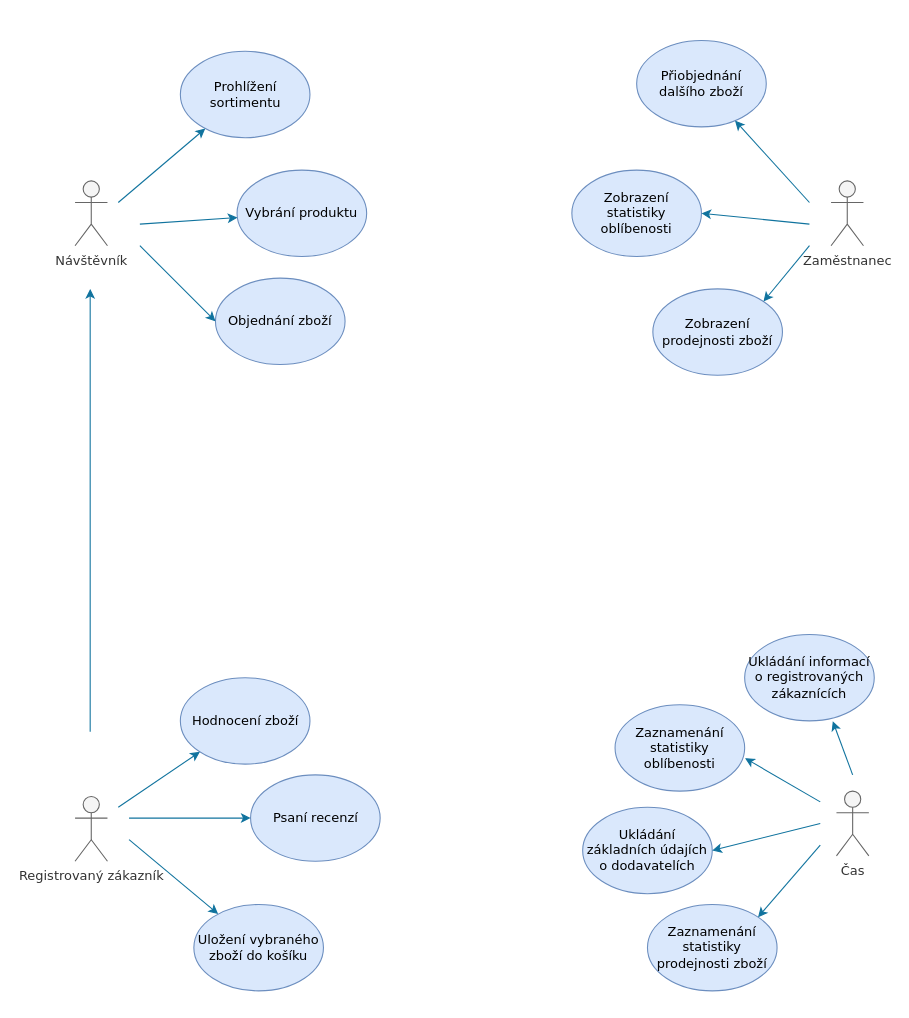
Above: usecase.drawio in taiyo-harenohi/IUS (draw.io), before the change. Source tidied: cells renumbered, new cells numbered last; positions are measured from the earlier drawing's top-left corner, leaving out a move shared by most shapes. Both pictures are drawn from the tidied source at 108%, with x=0, y=0 at pixel (75, 40).
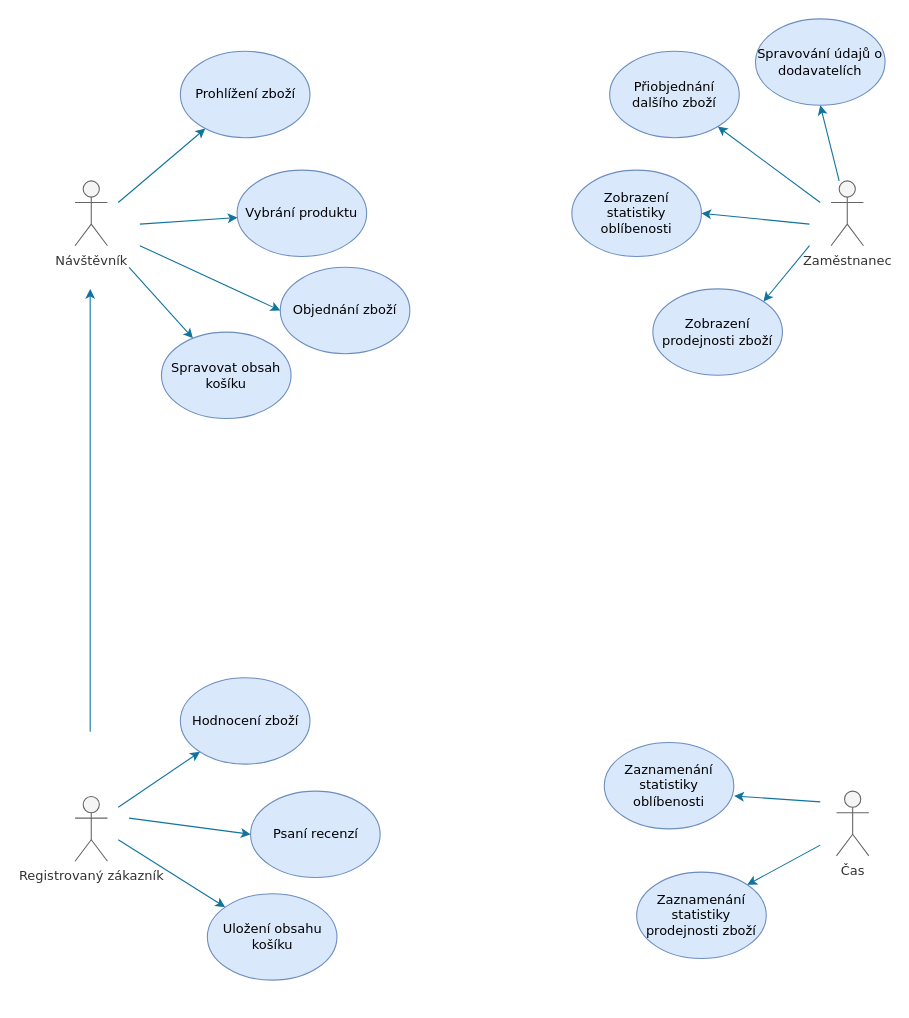
The same diagram, later.

The change refers to these unchanged cells:
```xml
<mxCell id="4" value="Zaměstnanec" style="shape=umlActor;verticalLabelPosition=bottom;verticalAlign=top;html=1;outlineConnect=0;fontFamily=Verdana;fontStyle=0;fillColor=#f5f5f5;strokeColor=#666666;fontColor=#333333;" parent="1" vertex="1">
  <mxGeometry x="700" y="130" width="30" height="60" as="geometry" />
</mxCell>
```

The edit, as a diff of the source:
```diff
@@
-    <mxCell id="5" value="Prohlížení sortimentu" style="ellipse;whiteSpace=wrap;html=1;fillColor=#dae8fc;strokeColor=#6c8ebf;fontStyle=0;fontFamily=Verdana;" parent="1" vertex="1">
+    <mxCell id="5" value="Prohlížení zboží" style="ellipse;whiteSpace=wrap;html=1;fillColor=#dae8fc;strokeColor=#6c8ebf;fontStyle=0;fontFamily=Verdana;" parent="1" vertex="1">
       <mxGeometry x="97.5" y="10" width="120" height="80" as="geometry" />
     </mxCell>
@@
-    <mxCell id="7" value="Uložení vybraného zboží do košíku" style="ellipse;whiteSpace=wrap;html=1;fillColor=#dae8fc;strokeColor=#6c8ebf;fontStyle=0;fontFamily=Verdana;" parent="1" vertex="1">
-      <mxGeometry x="110" y="800" width="120" height="80" as="geometry" />
+    <mxCell id="7" value="Spravovat obsah košíku" style="ellipse;whiteSpace=wrap;html=1;fillColor=#dae8fc;strokeColor=#6c8ebf;fontStyle=0;fontFamily=Verdana;" parent="1" vertex="1">
+      <mxGeometry x="80" y="270" width="120" height="80" as="geometry" />
     </mxCell>
@@
     <mxCell id="9" value="Psaní recenzí" style="ellipse;whiteSpace=wrap;html=1;fillColor=#dae8fc;strokeColor=#6c8ebf;fontStyle=0;fontFamily=Verdana;" parent="1" vertex="1">
-      <mxGeometry x="162.5" y="680" width="120" height="80" as="geometry" />
+      <mxGeometry x="162.5" y="695" width="120" height="80" as="geometry" />
     </mxCell>
     <mxCell id="10" value="Objednání zboží" style="ellipse;whiteSpace=wrap;html=1;fillColor=#dae8fc;strokeColor=#6c8ebf;fontStyle=0;fontFamily=Verdana;" parent="1" vertex="1">
-      <mxGeometry x="130" y="220" width="120" height="80" as="geometry" />
+      <mxGeometry x="190" y="210" width="120" height="80" as="geometry" />
     </mxCell>
     <mxCell id="11" value="Přiobjednání dalšího zboží" style="ellipse;whiteSpace=wrap;html=1;fillColor=#dae8fc;strokeColor=#6c8ebf;fontStyle=0;fontFamily=Verdana;" parent="1" vertex="1">
-      <mxGeometry x="520" width="120" height="80" as="geometry" />
+      <mxGeometry x="495" y="10" width="120" height="80" as="geometry" />
     </mxCell>
@@
     <mxCell id="17" value="Zaznamenání statistiky oblíbenosti" style="ellipse;whiteSpace=wrap;html=1;fillColor=#dae8fc;strokeColor=#6c8ebf;fontStyle=0;fontFamily=Verdana;" parent="1" vertex="1">
-      <mxGeometry x="500" y="615" width="120" height="80" as="geometry" />
+      <mxGeometry x="490" y="650" width="120" height="80" as="geometry" />
     </mxCell>
     <mxCell id="18" value="Zaznamenání statistiky prodejnosti zboží" style="ellipse;whiteSpace=wrap;html=1;fillColor=#dae8fc;strokeColor=#6c8ebf;fontStyle=0;fontFamily=Verdana;" parent="1" vertex="1">
-      <mxGeometry x="530" y="800" width="120" height="80" as="geometry" />
+      <mxGeometry x="520" y="770" width="120" height="80" as="geometry" />
     </mxCell>
-    <mxCell id="19" value="Ukládání základních údajích o dodavatelích" style="ellipse;whiteSpace=wrap;html=1;fillColor=#dae8fc;strokeColor=#6c8ebf;fontStyle=0;fontFamily=Verdana;" parent="1" vertex="1">
-      <mxGeometry x="470" y="710" width="120" height="80" as="geometry" />
+    <mxCell id="19" value="Spravování údajů o dodavatelích" style="ellipse;whiteSpace=wrap;html=1;fillColor=#dae8fc;strokeColor=#6c8ebf;fontStyle=0;fontFamily=Verdana;" parent="1" vertex="1">
+      <mxGeometry x="630" y="-20" width="120" height="80" as="geometry" />
     </mxCell>
@@
     <mxCell id="25" style="endArrow=classic;html=1;fontFamily=Verdana;fontStyle=0;fillColor=#b1ddf0;strokeColor=#10739e;" parent="1" edge="1" target="7">
       <mxGeometry relative="1" as="geometry">
-        <mxPoint x="50" y="740" as="sourcePoint" />
+        <mxPoint x="50" y="210" as="sourcePoint" />
       </mxGeometry>
     </mxCell>
     <mxCell id="26" style="endArrow=classic;html=1;fontFamily=Verdana;fontStyle=0;fillColor=#b1ddf0;strokeColor=#10739e;" parent="1" edge="1" target="11">
       <mxGeometry relative="1" as="geometry">
-        <mxPoint x="680" y="150" as="sourcePoint" />
+        <mxPoint x="690" y="150" as="sourcePoint" />
       </mxGeometry>
     </mxCell>
@@
-    <mxCell id="30" style="endArrow=classic;html=1;entryX=1;entryY=0.5;entryDx=0;entryDy=0;fontFamily=Verdana;fontStyle=0;fillColor=#b1ddf0;strokeColor=#10739e;" parent="1" edge="1" target="19">
-      <mxGeometry relative="1" as="geometry">
-        <mxPoint x="690" y="725" as="sourcePoint" />
-      </mxGeometry>
+    <mxCell id="30" style="endArrow=classic;html=1;entryX=0.5;entryY=1;entryDx=0;entryDy=0;fontFamily=Verdana;fontStyle=0;fillColor=#b1ddf0;strokeColor=#10739e;" parent="1" edge="1" source="4" target="19">
+      <mxGeometry relative="1" as="geometry" />
     </mxCell>
@@
-    <mxCell id="32" value="Ukládání informací o registrovaných zákaznících" style="ellipse;whiteSpace=wrap;html=1;fillColor=#dae8fc;strokeColor=#6c8ebf;fontStyle=0;fontFamily=Verdana;" parent="1" vertex="1">
-      <mxGeometry x="620" y="550" width="120" height="80" as="geometry" />
-    </mxCell>
-    <mxCell id="33" style="endArrow=classic;html=1;fontFamily=Verdana;fontStyle=0;fillColor=#b1ddf0;strokeColor=#10739e;entryX=0.68;entryY=1.004;entryDx=0;entryDy=0;entryPerimeter=0;" parent="1" edge="1" target="32">
-      <mxGeometry relative="1" as="geometry">
-        <mxPoint x="720" y="680" as="sourcePoint" />
-      </mxGeometry>
-    </mxCell>
+    <mxCell id="34" value="Uložení obsahu košíku" style="ellipse;whiteSpace=wrap;html=1;fillColor=#dae8fc;strokeColor=#6c8ebf;fontStyle=0;fontFamily=Verdana;" parent="1" vertex="1">
+      <mxGeometry x="122.5" y="790" width="120" height="80" as="geometry" />
+    </mxCell>
+    <mxCell id="35" style="endArrow=classic;html=1;fontFamily=Verdana;fontStyle=0;fillColor=#b1ddf0;strokeColor=#10739e;" parent="1" edge="1" target="34">
+      <mxGeometry relative="1" as="geometry">
+        <mxPoint x="40" y="740" as="sourcePoint" />
+      </mxGeometry>
+    </mxCell>
```
